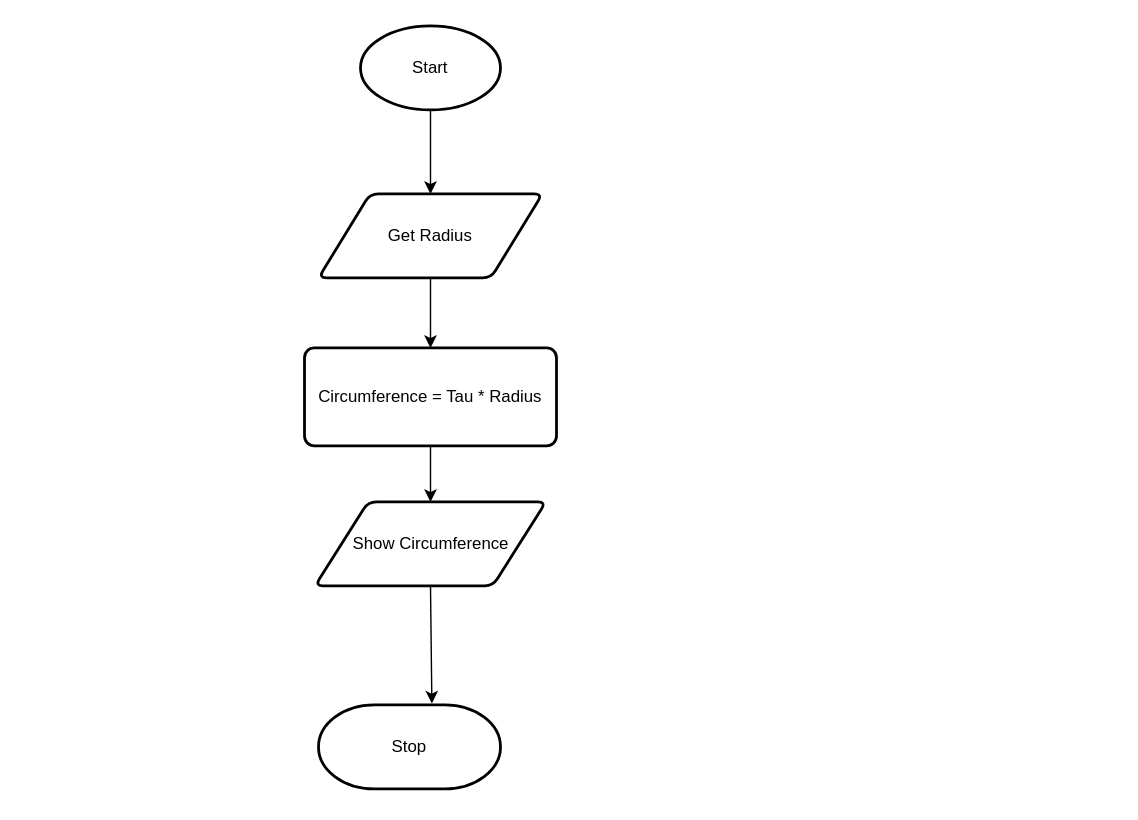
Above: flowchart.drawio in Ethan-Prieur1/ICS3U-Unit6-01-Python (draw.io), before the change. Source tidied: cells renumbered, new cells numbered last; positions are measured from the earlier drawing's top-left corner, leaving out a move shared by most shapes. Both pictures are drawn from the tidied source at 140%, with x=0, y=0 at pixel (304, 25).
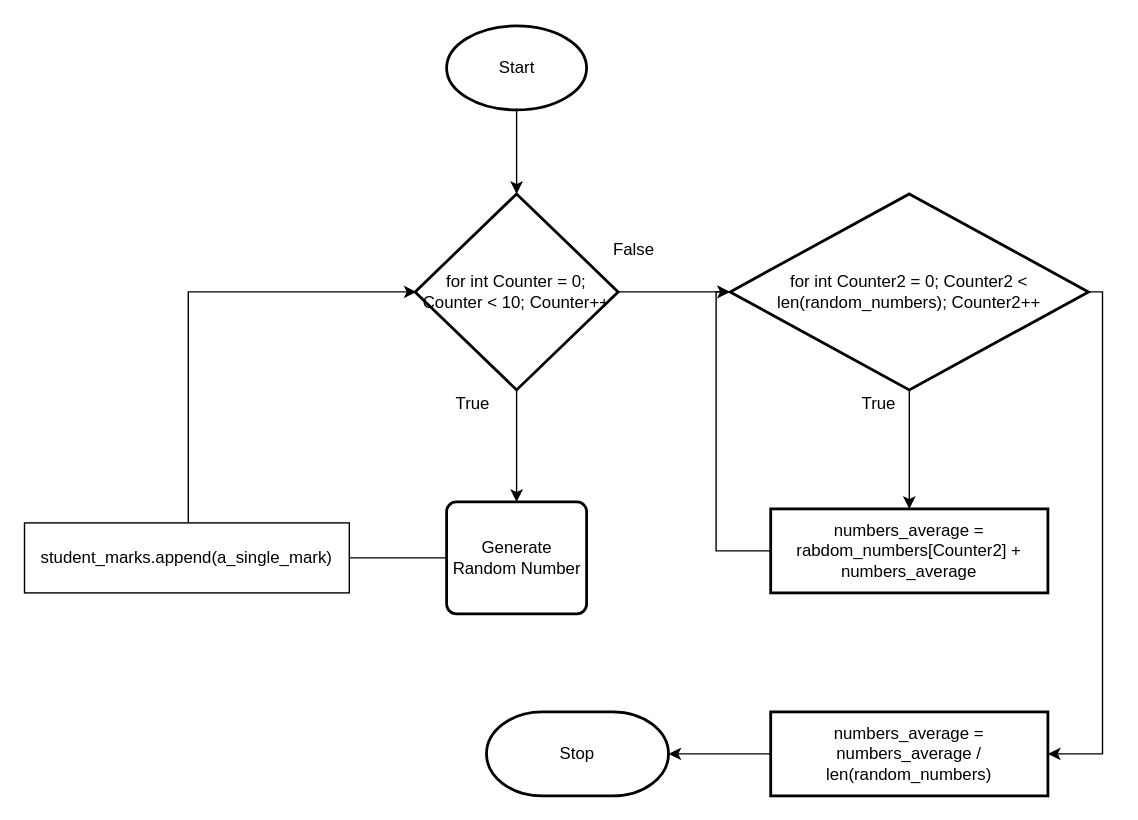
Above is the later version.

Commit message (it also covers changes not shown here):
eye of the tiger

Change to the diagram source:
```diff
@@
-    <mxCell id="2" style="edgeStyle=none;html=1;exitX=0.5;exitY=1;exitDx=0;exitDy=0;exitPerimeter=0;entryX=0.5;entryY=0;entryDx=0;entryDy=0;" parent="1" edge="1" source="3" target="5">
+    <mxCell id="2" style="edgeStyle=none;html=1;exitX=0.5;exitY=1;exitDx=0;exitDy=0;exitPerimeter=0;entryX=0.5;entryY=0;entryDx=0;entryDy=0;entryPerimeter=0;" parent="1" edge="1" source="3" target="8">
       <mxGeometry relative="1" as="geometry" />
     </mxCell>
     <mxCell id="3" value="Start" style="strokeWidth=2;html=1;shape=mxgraph.flowchart.start_1;whiteSpace=wrap;" parent="1" vertex="1">
-      <mxGeometry x="40" width="100" height="60" as="geometry" />
+      <mxGeometry x="101.5" width="100" height="60" as="geometry" />
     </mxCell>
-    <mxCell id="4" style="edgeStyle=none;html=1;exitX=0.5;exitY=1;exitDx=0;exitDy=0;entryX=0.5;entryY=0;entryDx=0;entryDy=0;" parent="1" edge="1" source="5" target="7">
-      <mxGeometry relative="1" as="geometry" />
-    </mxCell>
-    <mxCell id="5" value="Get Radius" style="shape=parallelogram;html=1;strokeWidth=2;perimeter=parallelogramPerimeter;whiteSpace=wrap;rounded=1;arcSize=12;size=0.23;" parent="1" vertex="1">
-      <mxGeometry x="10" y="120" width="160" height="60" as="geometry" />
-    </mxCell>
-    <mxCell id="6" style="edgeStyle=none;html=1;exitX=0.5;exitY=1;exitDx=0;exitDy=0;entryX=0.5;entryY=0;entryDx=0;entryDy=0;" parent="1" edge="1" source="7" target="9">
-      <mxGeometry relative="1" as="geometry" />
-    </mxCell>
-    <mxCell id="7" value="Circumference = Tau * Radius" style="rounded=1;whiteSpace=wrap;html=1;absoluteArcSize=1;arcSize=14;strokeWidth=2;" parent="1" vertex="1">
-      <mxGeometry y="230" width="180" height="70" as="geometry" />
-    </mxCell>
+    <mxCell id="10" value="Stop" style="strokeWidth=2;html=1;shape=mxgraph.flowchart.terminator;whiteSpace=wrap;" parent="1" vertex="1">
+      <mxGeometry x="130" y="490" width="130" height="60" as="geometry" />
+    </mxCell>
+    <mxCell id="11" style="edgeStyle=none;html=1;exitX=0.5;exitY=1;exitDx=0;exitDy=0;exitPerimeter=0;entryX=0.5;entryY=0;entryDx=0;entryDy=0;" parent="1" edge="1" source="8" target="14">
+      <mxGeometry relative="1" as="geometry" />
+    </mxCell>
+    <mxCell id="12" style="edgeStyle=none;html=1;" parent="1" edge="1" source="8" target="19">
+      <mxGeometry relative="1" as="geometry" />
+    </mxCell>
-    <mxCell id="8" style="edgeStyle=none;html=1;exitX=0.5;exitY=1;exitDx=0;exitDy=0;entryX=0.623;entryY=-0.017;entryDx=0;entryDy=0;entryPerimeter=0;" parent="1" edge="1" source="9" target="10">
-      <mxGeometry relative="1" as="geometry" />
+    <mxCell id="8" value="for int Counter = 0; Counter &amp;lt; 10; Counter++" style="strokeWidth=2;html=1;shape=mxgraph.flowchart.decision;whiteSpace=wrap;" parent="1" vertex="1">
+      <mxGeometry x="79" y="120" width="145" height="140" as="geometry" />
     </mxCell>
-    <mxCell id="9" value="Show Circumference" style="shape=parallelogram;html=1;strokeWidth=2;perimeter=parallelogramPerimeter;whiteSpace=wrap;rounded=1;arcSize=12;size=0.23;" parent="1" vertex="1">
-      <mxGeometry x="7.5" y="340" width="165" height="60" as="geometry" />
-    </mxCell>
-    <mxCell id="10" value="Stop" style="strokeWidth=2;html=1;shape=mxgraph.flowchart.terminator;whiteSpace=wrap;" parent="1" vertex="1">
-      <mxGeometry x="10" y="485" width="130" height="60" as="geometry" />
-    </mxCell>
+    <mxCell id="13" style="edgeStyle=none;html=1;" parent="1" edge="1" source="14">
+      <mxGeometry relative="1" as="geometry">
+        <mxPoint x="-32" y="380" as="targetPoint" />
+      </mxGeometry>
+    </mxCell>
+    <mxCell id="14" value="Generate Random Number" style="rounded=1;whiteSpace=wrap;html=1;absoluteArcSize=1;arcSize=14;strokeWidth=2;" parent="1" vertex="1">
+      <mxGeometry x="101.5" y="340" width="100" height="80" as="geometry" />
+    </mxCell>
+    <mxCell id="15" style="edgeStyle=orthogonalEdgeStyle;html=1;exitX=0.5;exitY=0;exitDx=0;exitDy=0;entryX=0;entryY=0.5;entryDx=0;entryDy=0;entryPerimeter=0;rounded=0;" parent="1" edge="1">
+      <mxGeometry relative="1" as="geometry">
+        <mxPoint x="-83" y="355" as="sourcePoint" />
+        <mxPoint x="80" y="190" as="targetPoint" />
+        <Array as="points">
+          <mxPoint x="-83" y="190" />
+        </Array>
+      </mxGeometry>
+    </mxCell>
+    <mxCell id="16" value="student_marks.append(a_single_mark)" style="rounded=0;whiteSpace=wrap;html=1;" parent="1" vertex="1">
+      <mxGeometry x="-200" y="355" width="232" height="50" as="geometry" />
+    </mxCell>
+    <mxCell id="17" style="edgeStyle=none;html=1;" parent="1" edge="1" source="19" target="21">
+      <mxGeometry relative="1" as="geometry" />
+    </mxCell>
+    <mxCell id="18" style="edgeStyle=orthogonalEdgeStyle;rounded=0;html=1;exitX=1;exitY=0.5;exitDx=0;exitDy=0;exitPerimeter=0;entryX=1;entryY=0.5;entryDx=0;entryDy=0;" parent="1" edge="1" source="19" target="23">
+      <mxGeometry relative="1" as="geometry" />
+    </mxCell>
+    <mxCell id="19" value="for int Counter2 = 0; Counter2 &amp;lt; len(random_numbers); Counter2++" style="strokeWidth=2;html=1;shape=mxgraph.flowchart.decision;whiteSpace=wrap;" parent="1" vertex="1">
+      <mxGeometry x="304" y="120" width="256" height="140" as="geometry" />
+    </mxCell>
+    <mxCell id="20" style="edgeStyle=orthogonalEdgeStyle;rounded=0;html=1;entryX=0;entryY=0.5;entryDx=0;entryDy=0;entryPerimeter=0;" parent="1" edge="1" source="21" target="19">
+      <mxGeometry relative="1" as="geometry">
+        <Array as="points">
+          <mxPoint x="294" y="375" />
+          <mxPoint x="294" y="190" />
+        </Array>
+      </mxGeometry>
+    </mxCell>
+    <mxCell id="21" value="numbers_average = rabdom_numbers[Counter2] + numbers_average" style="whiteSpace=wrap;html=1;strokeWidth=2;" parent="1" vertex="1">
+      <mxGeometry x="333" y="345" width="198" height="60" as="geometry" />
+    </mxCell>
+    <mxCell id="22" style="edgeStyle=orthogonalEdgeStyle;rounded=0;html=1;exitX=0;exitY=0.5;exitDx=0;exitDy=0;entryX=1;entryY=0.5;entryDx=0;entryDy=0;entryPerimeter=0;" parent="1" edge="1" source="23" target="10">
+      <mxGeometry relative="1" as="geometry" />
+    </mxCell>
+    <mxCell id="23" value="numbers_average = numbers_average / len(random_numbers)" style="whiteSpace=wrap;html=1;strokeWidth=2;" parent="1" vertex="1">
+      <mxGeometry x="333" y="490" width="198" height="60" as="geometry" />
+    </mxCell>
+    <mxCell id="24" value="True" style="text;html=1;align=center;verticalAlign=middle;strokeColor=none;fillColor=none;" parent="1" vertex="1">
+      <mxGeometry x="100" y="260" width="40" height="20" as="geometry" />
+    </mxCell>
+    <mxCell id="25" value="False" style="text;html=1;align=center;verticalAlign=middle;strokeColor=none;fillColor=none;" parent="1" vertex="1">
+      <mxGeometry x="210" y="150" width="50" height="20" as="geometry" />
+    </mxCell>
+    <mxCell id="26" value="True" style="text;html=1;align=center;verticalAlign=middle;strokeColor=none;fillColor=none;" parent="1" vertex="1">
+      <mxGeometry x="390" y="260" width="40" height="20" as="geometry" />
+    </mxCell>
```
